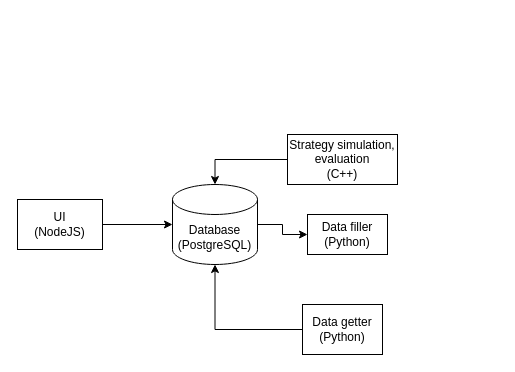
engag1ng/stock-simulation keeps this draw.io diagram as graphics/infrastructure.drawio. Above is the earlier version. Source tidied: cells renumbered, new cells numbered last; positions are measured from the earlier drawing's top-left corner, leaving out a move shared by most shapes. Both pictures are drawn from the tidied source at 100%, with x=0, y=0 at pixel (17, 134).
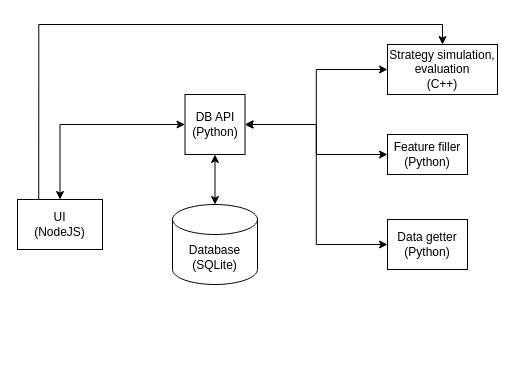
The same diagram, later.

What changed in the source:
```diff
@@
 <mxGraphModel>
   <root>
     <mxCell id="0" />
     <mxCell id="1" parent="0" />
-    <mxCell id="2" style="edgeStyle=orthogonalEdgeStyle;rounded=0;jettySize=auto;html=1;exitX=1;exitY=0.5;exitDx=0;exitDy=0;exitPerimeter=0;entryX=0;entryY=0.5;entryDx=0;entryDy=0;" parent="1" edge="1" source="3" target="10">
-      <mxGeometry relative="1" as="geometry" />
-    </mxCell>
-    <mxCell id="3" value="&lt;div&gt;Database&lt;/div&gt;&lt;div&gt;(PostgreSQL)&lt;/div&gt;" style="shape=cylinder3;whiteSpace=wrap;html=1;boundedLbl=1;backgroundOutline=1;size=15;" parent="1" vertex="1">
-      <mxGeometry x="155" y="50" width="85" height="80" as="geometry" />
+    <mxCell id="3" value="&lt;div&gt;Database&lt;/div&gt;&lt;div&gt;(SQLite)&lt;/div&gt;" style="shape=cylinder3;whiteSpace=wrap;html=1;boundedLbl=1;backgroundOutline=1;size=15;" parent="1" vertex="1">
+      <mxGeometry x="155" y="70" width="85" height="80" as="geometry" />
     </mxCell>
-    <mxCell id="4" style="edgeStyle=orthogonalEdgeStyle;rounded=0;jettySize=auto;html=1;exitX=1;exitY=0.5;exitDx=0;exitDy=0;" parent="1" edge="1" source="5" target="3">
-      <mxGeometry relative="1" as="geometry" />
-    </mxCell>
+    <mxCell id="11" style="edgeStyle=orthogonalEdgeStyle;rounded=0;jettySize=auto;html=1;exitX=0.5;exitY=0;exitDx=0;exitDy=0;entryX=0;entryY=0.5;entryDx=0;entryDy=0;startArrow=classic;startFill=1;" parent="1" edge="1" source="5" target="16">
+      <mxGeometry relative="1" as="geometry" />
+    </mxCell>
+    <mxCell id="12" style="edgeStyle=orthogonalEdgeStyle;rounded=0;jettySize=auto;html=1;exitX=0.25;exitY=0;exitDx=0;exitDy=0;entryX=0.5;entryY=0;entryDx=0;entryDy=0;" parent="1" edge="1" source="5" target="7">
+      <mxGeometry relative="1" as="geometry" />
+    </mxCell>
     <mxCell id="5" value="&lt;div&gt;UI&lt;/div&gt;&lt;div&gt;(NodeJS)&lt;br&gt;&lt;/div&gt;" style="rounded=0;whiteSpace=wrap;html=1;" parent="1" vertex="1">
       <mxGeometry y="65" width="85" height="50" as="geometry" />
     </mxCell>
+    <mxCell id="13" style="edgeStyle=orthogonalEdgeStyle;rounded=0;jettySize=auto;html=1;exitX=0;exitY=0.5;exitDx=0;exitDy=0;entryX=1;entryY=0.5;entryDx=0;entryDy=0;startArrow=classic;startFill=1;" parent="1" edge="1" source="6" target="16">
+      <mxGeometry relative="1" as="geometry" />
+    </mxCell>
     <mxCell id="6" value="&lt;div&gt;Data getter&lt;/div&gt;&lt;div&gt;(Python)&lt;br&gt;&lt;/div&gt;" style="rounded=0;whiteSpace=wrap;html=1;" parent="1" vertex="1">
-      <mxGeometry x="285" y="170" width="80" height="50" as="geometry" />
+      <mxGeometry x="370" y="85" width="80" height="50" as="geometry" />
     </mxCell>
+    <mxCell id="14" style="edgeStyle=orthogonalEdgeStyle;rounded=0;jettySize=auto;html=1;exitX=0;exitY=0.5;exitDx=0;exitDy=0;entryX=1;entryY=0.5;entryDx=0;entryDy=0;startArrow=classic;startFill=1;" parent="1" edge="1" source="7" target="16">
+      <mxGeometry relative="1" as="geometry" />
+    </mxCell>
     <mxCell id="7" value="&lt;div&gt;Strategy simulation, evaluation&lt;/div&gt;&lt;div&gt;(C++)&lt;br&gt;&lt;/div&gt;" style="rounded=0;whiteSpace=wrap;html=1;" parent="1" vertex="1">
-      <mxGeometry x="270" width="110" height="50" as="geometry" />
+      <mxGeometry x="370" y="-90" width="110" height="50" as="geometry" />
     </mxCell>
-    <mxCell id="8" style="edgeStyle=orthogonalEdgeStyle;rounded=0;jettySize=auto;html=1;exitX=0;exitY=0.5;exitDx=0;exitDy=0;entryX=0.5;entryY=0;entryDx=0;entryDy=0;entryPerimeter=0;" parent="1" edge="1" source="7" target="3">
-      <mxGeometry relative="1" as="geometry" />
-    </mxCell>
-    <mxCell id="9" style="edgeStyle=orthogonalEdgeStyle;rounded=0;jettySize=auto;html=1;exitX=0;exitY=0.5;exitDx=0;exitDy=0;entryX=0.5;entryY=1;entryDx=0;entryDy=0;entryPerimeter=0;" parent="1" edge="1" source="6" target="3">
-      <mxGeometry relative="1" as="geometry" />
-    </mxCell>
+    <mxCell id="15" style="edgeStyle=orthogonalEdgeStyle;rounded=0;jettySize=auto;html=1;exitX=0;exitY=0.5;exitDx=0;exitDy=0;entryX=1;entryY=0.5;entryDx=0;entryDy=0;startArrow=classic;startFill=1;" parent="1" edge="1" source="10" target="16">
+      <mxGeometry relative="1" as="geometry" />
+    </mxCell>
-    <mxCell id="10" value="&lt;div&gt;Data filler&lt;/div&gt;&lt;div&gt;(Python)&lt;br&gt;&lt;/div&gt;" style="rounded=0;whiteSpace=wrap;html=1;" parent="1" vertex="1">
-      <mxGeometry x="290" y="80" width="80" height="40" as="geometry" />
+    <mxCell id="10" value="&lt;div&gt;Feature filler&lt;br&gt;&lt;/div&gt;&lt;div&gt;(Python)&lt;br&gt;&lt;/div&gt;" style="rounded=0;whiteSpace=wrap;html=1;" parent="1" vertex="1">
+      <mxGeometry x="370" width="80" height="40" as="geometry" />
     </mxCell>
+    <mxCell id="16" value="&lt;div&gt;DB API&lt;/div&gt;&lt;div&gt;(Python)&lt;br&gt;&lt;/div&gt;" style="whiteSpace=wrap;html=1;" parent="1" vertex="1">
+      <mxGeometry x="167.5" y="-40" width="60" height="60" as="geometry" />
+    </mxCell>
+    <mxCell id="17" style="edgeStyle=orthogonalEdgeStyle;rounded=0;jettySize=auto;html=1;exitX=0.5;exitY=1;exitDx=0;exitDy=0;entryX=0.5;entryY=0;entryDx=0;entryDy=0;entryPerimeter=0;startArrow=classic;startFill=1;" parent="1" edge="1" source="16" target="3">
+      <mxGeometry relative="1" as="geometry" />
+    </mxCell>
   </root>
 </mxGraphModel>
```
